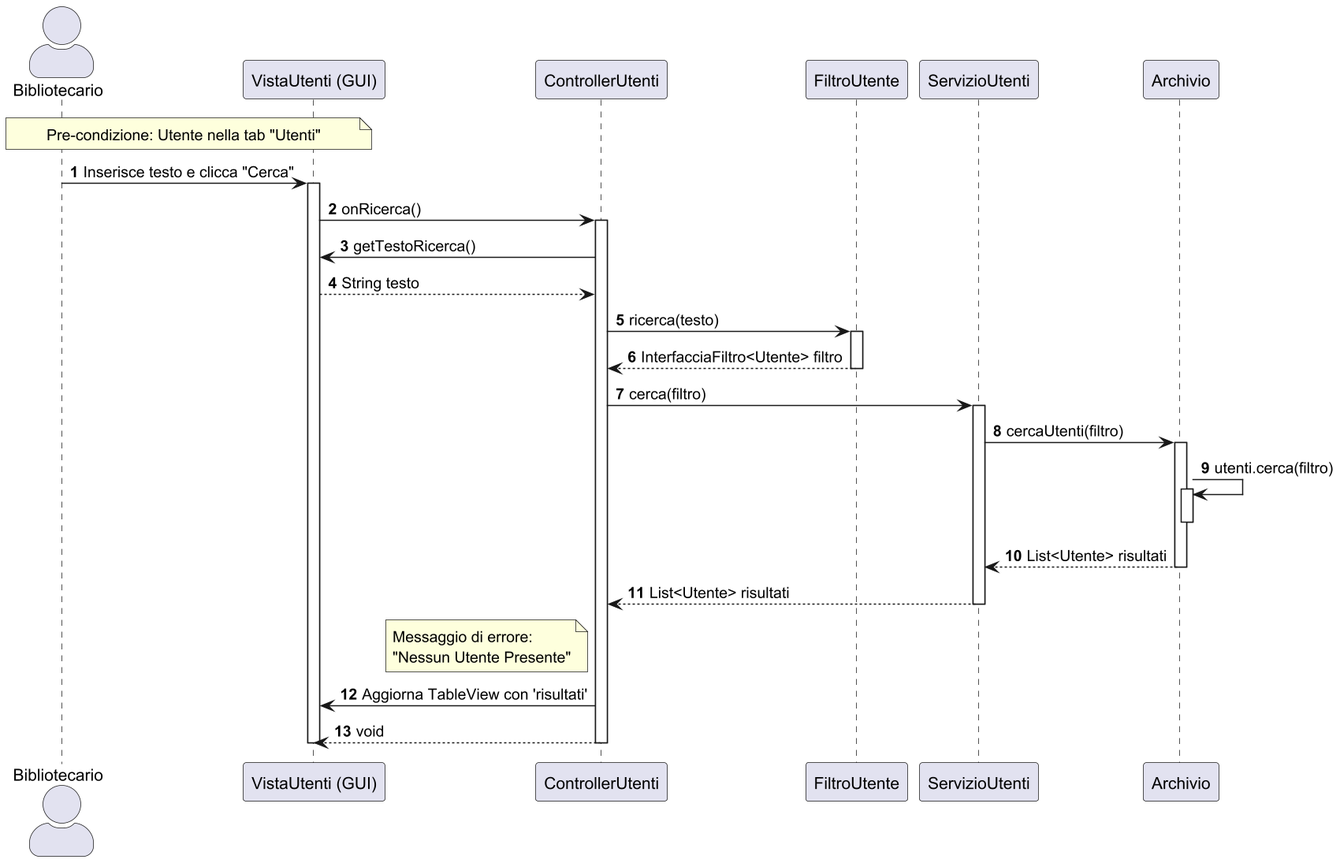
This is docs/Design/Diagrammi di sequenza/UC11.png from digregoriomario/bibliosoft, a PlantUML export, as it was before one commit.
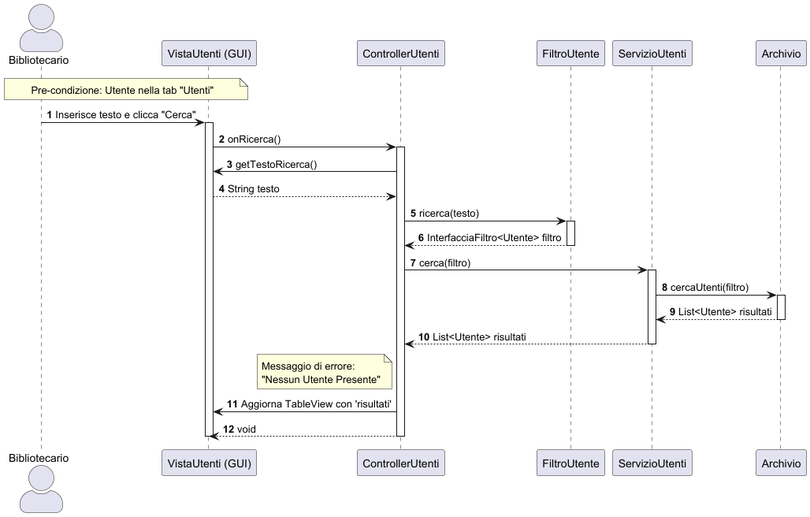
After the commit.

Diff of the diagram source:
```diff
@@ -1,5 +1,5 @@
 @startuml
-scale 1.5
+scale 2
 skinparam actorStyle awesome
 autonumber
 
@@ -34,10 +34,6 @@
         SU -> ARC : cercaUtenti(filtro)
         activate ARC
 
-            ARC -> ARC : utenti.cerca(filtro)
-            activate ARC
-            deactivate ARC
-
         ARC --> SU : List<Utente> risultati
         deactivate ARC
 
```
